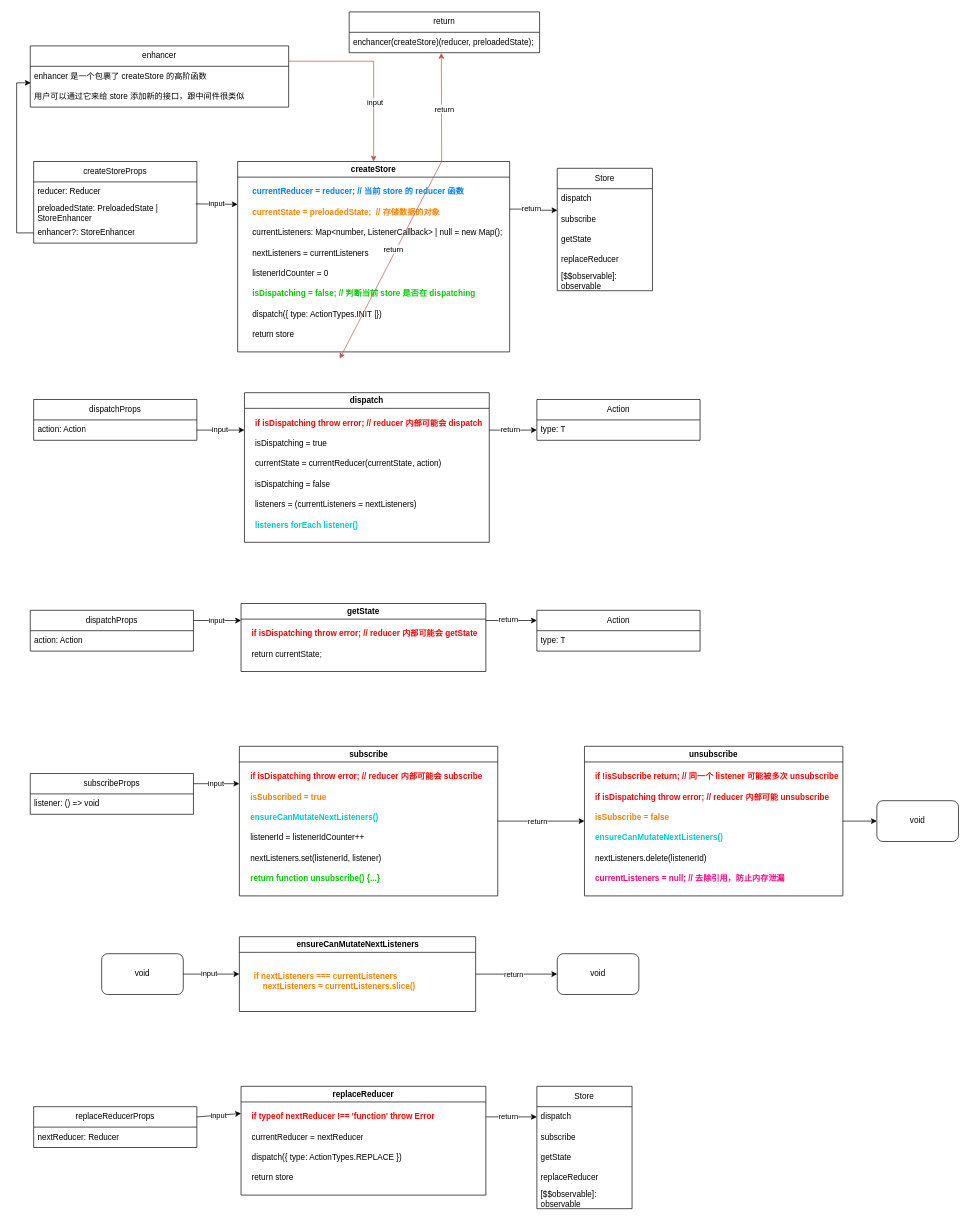
Earlier version of the draw.io diagram packages/redux/diagram/createStore.drawio (Monoxt/learn). Source tidied: cells renumbered, new cells numbered last; positions are measured from the earlier drawing's top-left corner, leaving out a move shared by most shapes. Both pictures are drawn from the tidied source at 68%, with x=0, y=0 at pixel (16, 12).
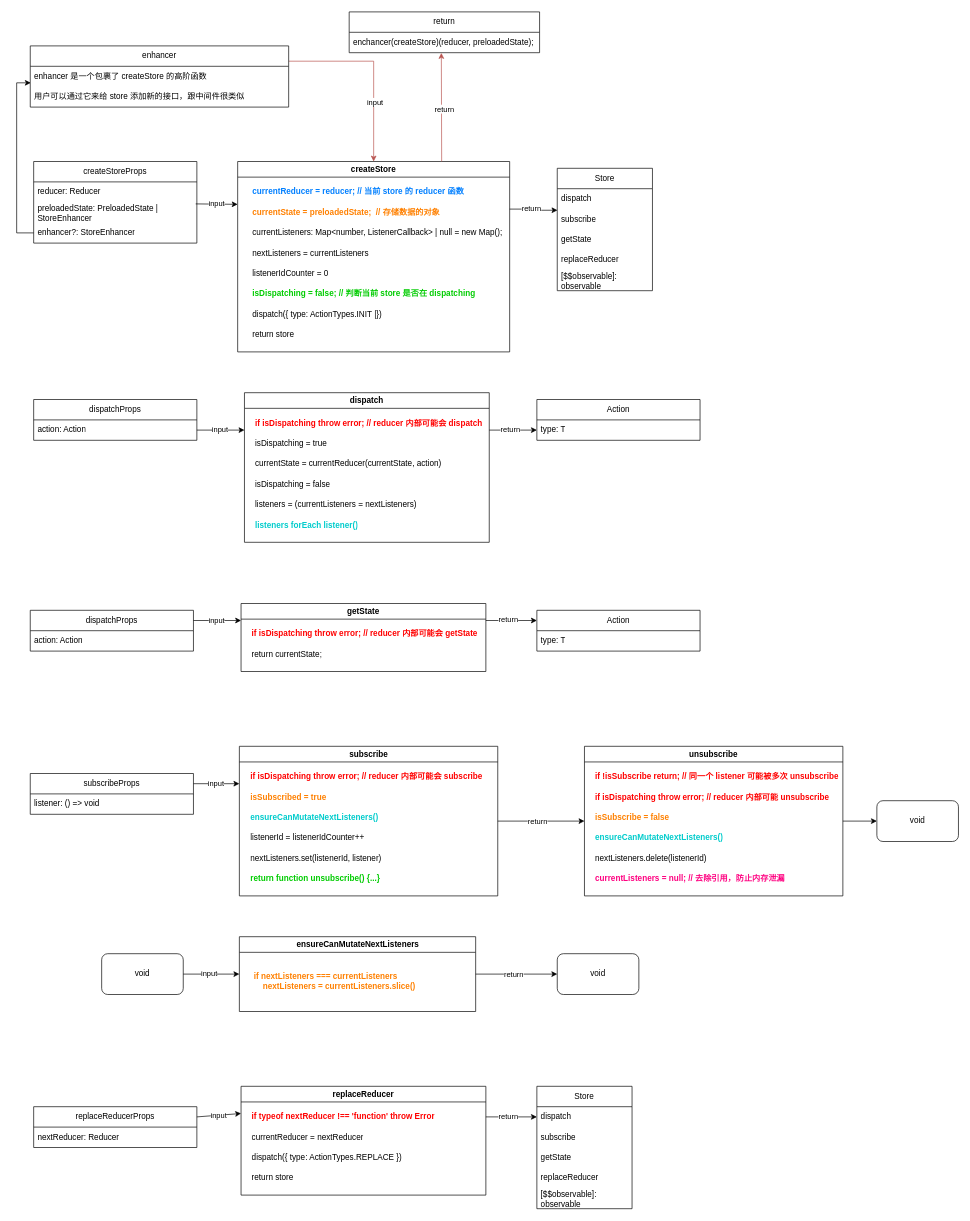
Above is the later version.

Unchanged cells that the change refers to:
```xml
<mxCell id="16" value="createStore" style="swimlane;whiteSpace=wrap;html=1;strokeColor=default;" parent="1" vertex="1">
  <mxGeometry x="325" y="220" width="400" height="280" as="geometry" />
</mxCell>
```

Diff of the diagram source:
```diff
@@
-    <mxCell id="106" style="endArrow=classic;html=1;rounded=0;exitX=0.75;exitY=0;exitDx=0;exitDy=0;entryX=0.478;entryY=1.008;entryDx=0;entryDy=0;entryPerimeter=0;fillColor=#f8cecc;strokeColor=#b85450;" parent="1" edge="1" source="16">
-      <mxGeometry relative="1" as="geometry">
-        <mxPoint x="475" y="510" as="targetPoint" />
-      </mxGeometry>
-    </mxCell>
-    <mxCell id="107" value="return" style="edgeLabel;html=1;align=center;verticalAlign=middle;" parent="106" vertex="1">
-      <mxGeometry x="-0.1" y="-4" relative="1" as="geometry" />
-    </mxCell>
```
